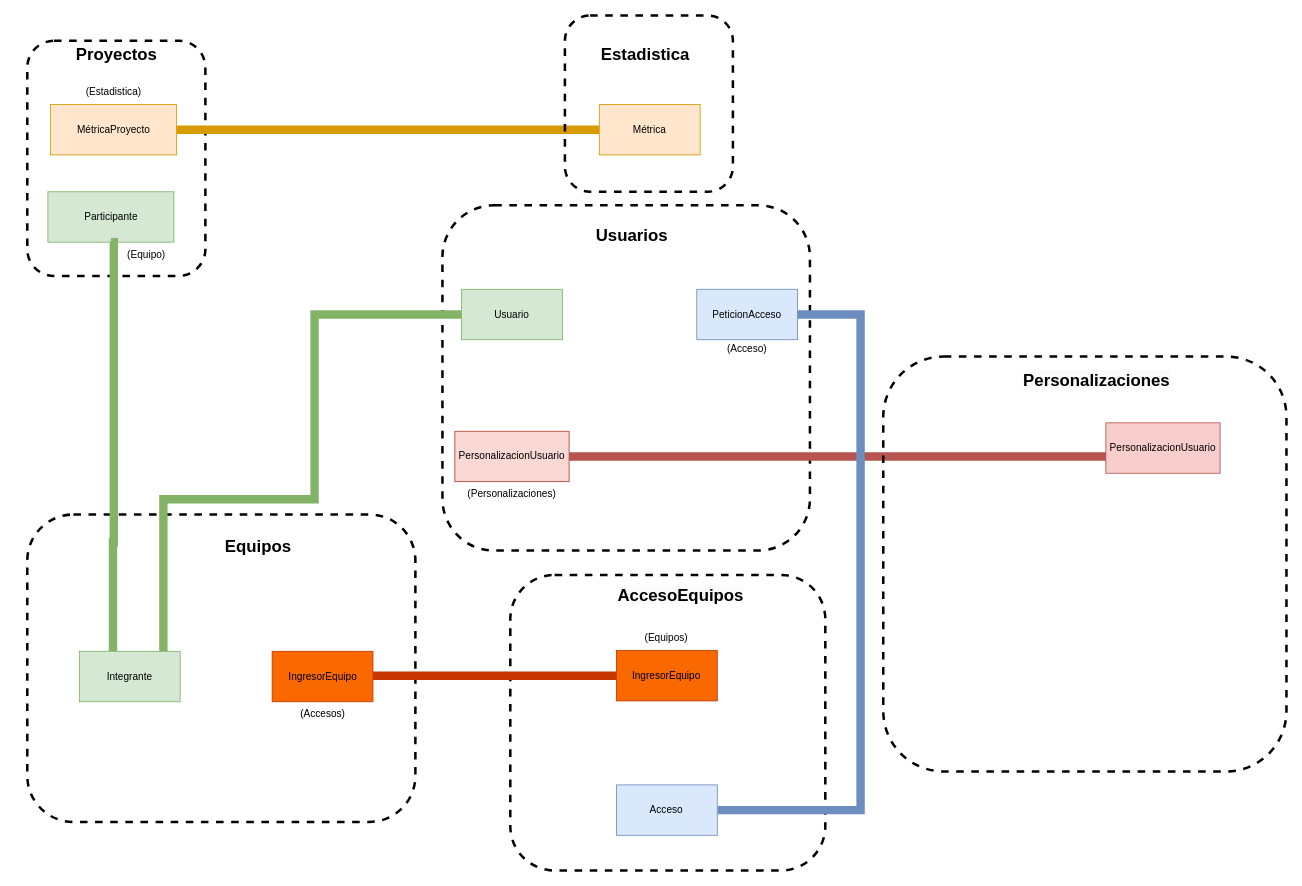
Migue1409-KP/DOO-working-group keeps this draw.io diagram as page "VisualStoriMapingV2" (12 of 14) of CoTasker_BoundedContext.drawio. Above is the earlier version. Source tidied: cells renumbered, new cells numbered last; positions are measured from the earlier drawing's top-left corner, leaving out a move shared by most shapes. Both pictures are drawn from the tidied source at 84%, with x=0, y=0 at pixel (14, 15).
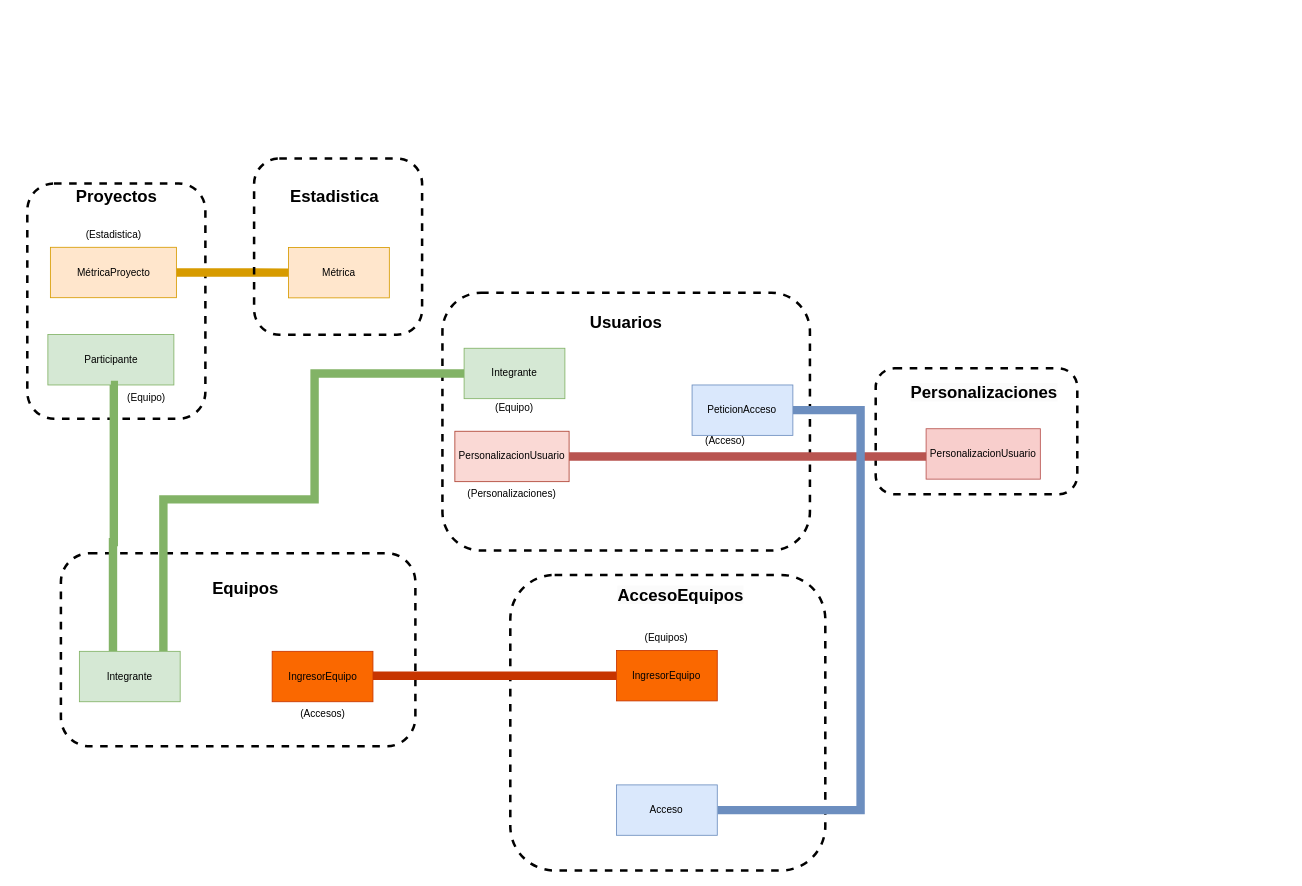
The same diagram, later.

Unchanged cells that the change refers to:
```xml
<mxCell id="14" value="Integrante" style="rounded=0;whiteSpace=wrap;html=1;fillColor=#d5e8d4;strokeColor=#82b366;" parent="1" vertex="1">
  <mxGeometry x="77" y="756.9" width="120" height="60" as="geometry" />
</mxCell>
<mxCell id="23" value="PersonalizacionUsuario" style="rounded=0;whiteSpace=wrap;html=1;fillColor=#fad9d5;strokeColor=#ae4132;" parent="1" vertex="1">
  <mxGeometry x="524" y="494.9" width="136" height="60" as="geometry" />
</mxCell>
```

Diff of the diagram source:
```diff
@@
     <mxCell id="2" style="rounded=1;whiteSpace=wrap;html=1;dashed=1;fillColor=none;strokeWidth=3;" parent="1" vertex="1">
-      <mxGeometry x="509.2" y="225.9" width="437.5" height="411" as="geometry" />
+      <mxGeometry x="509.2" y="330" width="437.5" height="306.9" as="geometry" />
     </mxCell>
+    <mxCell id="31" style="rounded=1;whiteSpace=wrap;html=1;dashed=1;fillColor=none;strokeWidth=3;" parent="1" vertex="1">
+      <mxGeometry x="1025" y="420" width="240" height="150" as="geometry" />
+    </mxCell>
     <mxCell id="3" style="rounded=1;whiteSpace=wrap;html=1;dashed=1;fillColor=none;strokeWidth=3;" parent="1" vertex="1">
-      <mxGeometry x="15" y="594" width="462" height="366" as="geometry" />
+      <mxGeometry x="55" y="640" width="422" height="230" as="geometry" />
     </mxCell>
@@
     <mxCell id="6" style="rounded=1;whiteSpace=wrap;html=1;dashed=1;fillColor=none;strokeWidth=3;" parent="1" vertex="1">
-      <mxGeometry x="15" y="30" width="212" height="280" as="geometry" />
+      <mxGeometry x="15" y="200" width="212" height="280" as="geometry" />
     </mxCell>
@@
     <mxCell id="8" value="MétricaProyecto" style="rounded=0;whiteSpace=wrap;html=1;fillColor=#ffe6cc;strokeColor=#d79b00;" parent="1" vertex="1">
-      <mxGeometry x="42.5" y="105.9" width="150" height="60" as="geometry" />
+      <mxGeometry x="42.5" y="275.9" width="150" height="60" as="geometry" />
     </mxCell>
     <mxCell id="9" value="(Estadistica)" style="text;html=1;strokeColor=none;fillColor=none;align=center;verticalAlign=middle;whiteSpace=wrap;rounded=0;" parent="1" vertex="1">
-      <mxGeometry x="87.5" y="75.9" width="60" height="30" as="geometry" />
+      <mxGeometry x="87.5" y="245.9" width="60" height="30" as="geometry" />
     </mxCell>
     <mxCell id="10" value="Participante" style="rounded=0;whiteSpace=wrap;html=1;fillColor=#d5e8d4;strokeColor=#82b366;" parent="1" vertex="1">
-      <mxGeometry x="39.5" y="209.8" width="150" height="60" as="geometry" />
+      <mxGeometry x="39.5" y="379.8" width="150" height="60" as="geometry" />
     </mxCell>
     <mxCell id="11" value="(Equipo)" style="text;html=1;strokeColor=none;fillColor=none;align=center;verticalAlign=middle;whiteSpace=wrap;rounded=0;" parent="1" vertex="1">
-      <mxGeometry x="127" y="269.8" width="60" height="30" as="geometry" />
+      <mxGeometry x="127" y="439.8" width="60" height="30" as="geometry" />
     </mxCell>
@@
     <mxCell id="13" style="edgeStyle=orthogonalEdgeStyle;rounded=0;jettySize=auto;html=1;entryX=0;entryY=0.5;entryDx=0;entryDy=0;fillColor=#d5e8d4;strokeColor=#82b366;strokeWidth=10;endArrow=none;endFill=0;" parent="1" edge="1" source="14" target="21">
       <mxGeometry relative="1" as="geometry">
         <Array as="points">
-          <mxPoint x="177" y="575.9" />
-          <mxPoint x="357" y="575.9" />
-          <mxPoint x="357" y="355.9" />
+          <mxPoint x="177" y="576" />
+          <mxPoint x="357" y="576" />
+          <mxPoint x="357" y="426" />
         </Array>
       </mxGeometry>
     </mxCell>
@@
-    <mxCell id="21" value="Usuario" style="rounded=0;whiteSpace=wrap;html=1;fillColor=#d5e8d4;strokeColor=#82b366;" parent="1" vertex="1">
-      <mxGeometry x="532" y="325.9" width="120" height="60" as="geometry" />
+    <mxCell id="21" value="Integrante" style="rounded=0;whiteSpace=wrap;html=1;fillColor=#d5e8d4;strokeColor=#82b366;" parent="1" vertex="1">
+      <mxGeometry x="535" y="396.1" width="120" height="60" as="geometry" />
     </mxCell>
-    <mxCell id="22" style="edgeStyle=orthogonalEdgeStyle;rounded=0;jettySize=auto;html=1;entryX=0;entryY=0.75;entryDx=0;entryDy=0;fillColor=#f8cecc;strokeColor=#b85450;strokeWidth=10;endArrow=none;endFill=0;" parent="1" edge="1" source="23" target="28">
+    <mxCell id="22" style="edgeStyle=orthogonalEdgeStyle;rounded=0;jettySize=auto;html=1;fillColor=#f8cecc;strokeColor=#b85450;strokeWidth=10;endArrow=none;endFill=0;" parent="1" edge="1" source="23">
       <mxGeometry relative="1" as="geometry">
+        <mxPoint x="1085" y="530" as="targetPoint" />
         <Array as="points">
-          <mxPoint x="1342" y="524.9" />
+          <mxPoint x="1095" y="525" />
+          <mxPoint x="1085" y="525" />
         </Array>
       </mxGeometry>
     </mxCell>
@@
     <mxCell id="24" style="edgeStyle=orthogonalEdgeStyle;rounded=0;jettySize=auto;html=1;fillColor=#dae8fc;strokeColor=#6c8ebf;strokeWidth=10;endArrow=none;endFill=0;" parent="1" edge="1" source="25">
       <mxGeometry relative="1" as="geometry">
         <mxPoint x="837" y="945.9" as="targetPoint" />
         <Array as="points">
-          <mxPoint x="1007" y="355.9" />
-          <mxPoint x="1007" y="945.9" />
+          <mxPoint x="1007" y="470" />
+          <mxPoint x="1007" y="946" />
         </Array>
       </mxGeometry>
     </mxCell>
     <mxCell id="25" value="PeticionAcceso" style="rounded=0;whiteSpace=wrap;html=1;fillColor=#dae8fc;strokeColor=#6c8ebf;" parent="1" vertex="1">
-      <mxGeometry x="812" y="325.9" width="120" height="60" as="geometry" />
+      <mxGeometry x="806.4" y="439.8" width="120" height="60" as="geometry" />
     </mxCell>
     <mxCell id="26" value="(Acceso)" style="text;html=1;strokeColor=none;fillColor=none;align=center;verticalAlign=middle;whiteSpace=wrap;rounded=0;" parent="1" vertex="1">
-      <mxGeometry x="842" y="381.9" width="60" height="30" as="geometry" />
+      <mxGeometry x="816" y="491.9" width="60" height="30" as="geometry" />
     </mxCell>
@@
     <mxCell id="28" value="PersonalizacionUsuario" style="rounded=0;whiteSpace=wrap;html=1;fillColor=#f8cecc;strokeColor=#b85450;" parent="1" vertex="1">
-      <mxGeometry x="1299" y="484.9" width="136" height="60" as="geometry" />
+      <mxGeometry x="1085" y="491.9" width="136" height="60" as="geometry" />
     </mxCell>
     <mxCell id="29" style="rounded=1;whiteSpace=wrap;html=1;dashed=1;fillColor=none;strokeWidth=3;" parent="1" vertex="1">
-      <mxGeometry x="655" width="200" height="209.8" as="geometry" />
+      <mxGeometry x="285" y="170.2" width="200" height="209.8" as="geometry" />
     </mxCell>
     <mxCell id="30" value="Métrica" style="rounded=0;whiteSpace=wrap;html=1;fillColor=#ffe6cc;strokeColor=#d79b00;" parent="1" vertex="1">
-      <mxGeometry x="696" y="105.9" width="120" height="60" as="geometry" />
+      <mxGeometry x="326" y="276.1" width="120" height="60" as="geometry" />
     </mxCell>
-    <mxCell id="31" style="rounded=1;whiteSpace=wrap;html=1;dashed=1;fillColor=none;strokeWidth=3;" parent="1" vertex="1">
-      <mxGeometry x="1034" y="405.9" width="480" height="494" as="geometry" />
-    </mxCell>
     <mxCell id="32" value="Proyectos" style="text;html=1;strokeColor=none;fillColor=none;align=center;verticalAlign=middle;whiteSpace=wrap;rounded=0;strokeWidth=1;fontSize=20;fontStyle=1;" parent="1" vertex="1">
-      <mxGeometry x="-0.2" y="30" width="242.5" height="30" as="geometry" />
+      <mxGeometry x="-0.2" y="200" width="242.5" height="30" as="geometry" />
     </mxCell>
     <mxCell id="33" value="Estadistica" style="text;html=1;strokeColor=none;fillColor=none;align=center;verticalAlign=middle;whiteSpace=wrap;rounded=0;fontSize=20;fontStyle=1;" parent="1" vertex="1">
-      <mxGeometry x="666.4" y="30" width="170" height="30" as="geometry" />
+      <mxGeometry x="296.4" y="200.2" width="170" height="30" as="geometry" />
     </mxCell>
     <mxCell id="34" value="Equipos" style="text;html=1;strokeColor=none;fillColor=none;align=center;verticalAlign=middle;whiteSpace=wrap;rounded=0;fontSize=20;fontStyle=1;" parent="1" vertex="1">
-      <mxGeometry x="205" y="615.9" width="170" height="30" as="geometry" />
+      <mxGeometry x="189.5" y="665.9" width="170" height="30" as="geometry" />
     </mxCell>
     <mxCell id="35" value="Usuarios" style="text;html=1;strokeColor=none;fillColor=none;align=center;verticalAlign=middle;whiteSpace=wrap;rounded=0;fontSize=20;fontStyle=1;" parent="1" vertex="1">
-      <mxGeometry x="650" y="245.9" width="170" height="30" as="geometry" />
+      <mxGeometry x="643" y="350" width="170" height="30" as="geometry" />
     </mxCell>
     <mxCell id="36" value="&lt;span style=&quot;color: rgb(0, 0, 0); font-family: Helvetica; font-size: 20px; font-style: normal; font-variant-ligatures: normal; font-variant-caps: normal; font-weight: 700; letter-spacing: normal; orphans: 2; text-align: center; text-indent: 0px; text-transform: none; widows: 2; word-spacing: 0px; -webkit-text-stroke-width: 0px; background-color: rgb(251, 251, 251); text-decoration-thickness: initial; text-decoration-style: initial; text-decoration-color: initial; float: none; display: inline !important;&quot;&gt;Personalizaciones&lt;/span&gt;" style="text;whiteSpace=wrap;html=1;fontSize=20;" parent="1" vertex="1">
-      <mxGeometry x="1198.6" y="414.9" width="110" height="50" as="geometry" />
+      <mxGeometry x="1065" y="430" width="110" height="50" as="geometry" />
     </mxCell>
@@
+    <mxCell id="38" value="(Equipo)" style="text;html=1;strokeColor=none;fillColor=none;align=center;verticalAlign=middle;whiteSpace=wrap;rounded=0;" parent="1" vertex="1">
+      <mxGeometry x="565" y="454.1" width="60" height="25.9" as="geometry" />
+    </mxCell>
```
